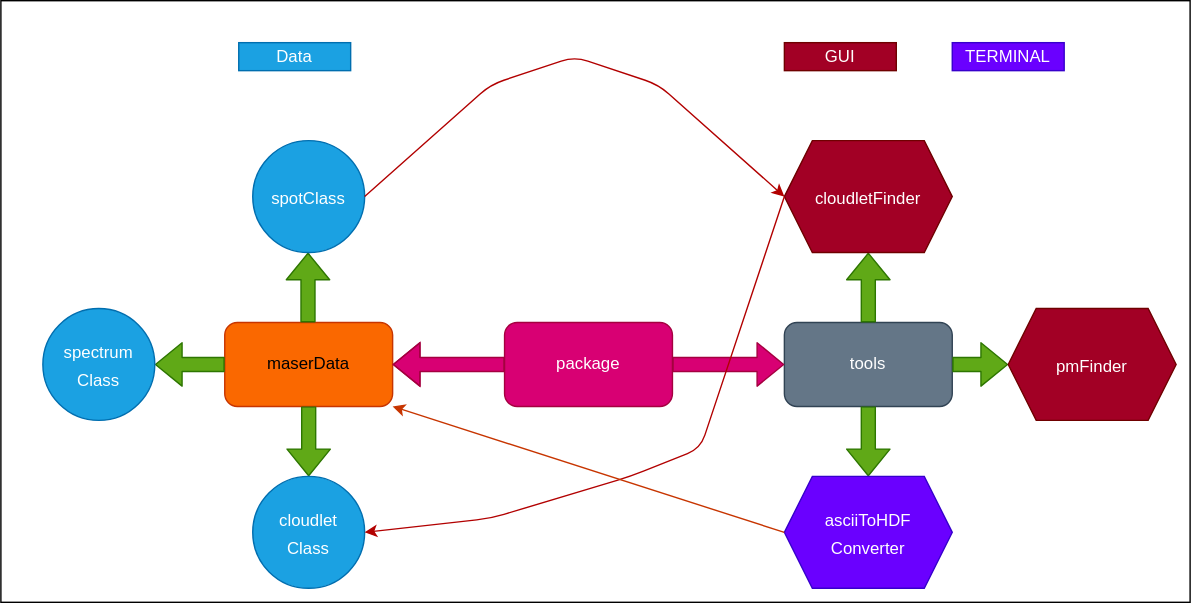
Above: diagram.svg in dachshund-ncu/maserVlbi (draw.io), before the change. Source tidied: cells renumbered, new cells last; positions are measured from the earlier drawing's top-left corner, leaving out a move shared by most shapes.
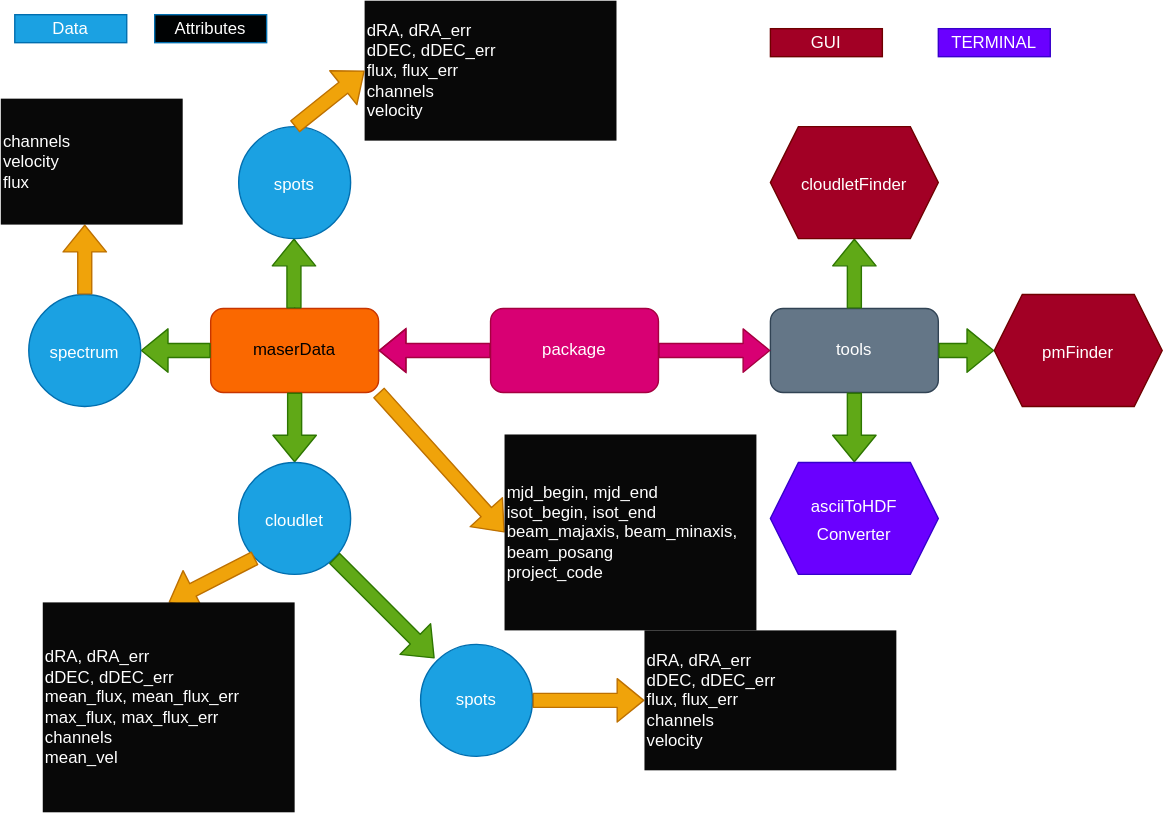
Above is the later version.

What changed in the source:
```diff
@@ -2,9 +2,6 @@
   <root>
     <mxCell id="0" />
     <mxCell id="1" parent="0" />
-    <mxCell id="2" style="rounded=0;whiteSpace=wrap;html=1;gradientColor=none;" parent="1" vertex="1">
-      <mxGeometry width="850" height="430" as="geometry" />
-    </mxCell>
     <mxCell id="3" value="&lt;font style=&quot;font-size: 12px&quot;&gt;package&lt;/font&gt;" style="rounded=1;whiteSpace=wrap;html=1;fillColor=#d80073;fontColor=#ffffff;strokeColor=#A50040;" parent="1" vertex="1">
       <mxGeometry x="360" y="230" width="120" height="60" as="geometry" />
     </mxCell>
@@ -36,7 +33,7 @@
     <mxCell id="10" style="shape=flexArrow;endArrow=classic;html=1;fontSize=16;exitX=1;exitY=0.5;exitDx=0;exitDy=0;entryX=0;entryY=0.5;entryDx=0;entryDy=0;fillColor=#d80073;strokeColor=#A50040;" parent="1" edge="1" source="3" target="7">
       <mxGeometry relative="1" as="geometry" />
     </mxCell>
-    <mxCell id="11" value="&lt;font style=&quot;font-size: 12px&quot;&gt;spotClass&lt;/font&gt;" style="ellipse;whiteSpace=wrap;html=1;fontSize=16;fillColor=#1ba1e2;fontColor=#ffffff;strokeColor=#006EAF;" parent="1" vertex="1">
+    <mxCell id="11" value="&lt;font style=&quot;font-size: 12px&quot;&gt;spots&lt;/font&gt;" style="ellipse;whiteSpace=wrap;html=1;fontSize=16;fillColor=#1ba1e2;fontColor=#ffffff;strokeColor=#006EAF;" parent="1" vertex="1">
       <mxGeometry x="180" y="100" width="80" height="80" as="geometry" />
     </mxCell>
     <mxCell id="12" style="shape=flexArrow;endArrow=classic;html=1;fontSize=16;exitX=0;exitY=0.5;exitDx=0;exitDy=0;fillColor=#60a917;strokeColor=#2D7600;" parent="1" edge="1" source="6">
@@ -44,13 +41,13 @@
         <mxPoint x="110" y="260" as="targetPoint" />
       </mxGeometry>
     </mxCell>
-    <mxCell id="13" value="&lt;font style=&quot;font-size: 12px&quot;&gt;spectrum&lt;br&gt;Class&lt;/font&gt;" style="ellipse;whiteSpace=wrap;html=1;fontSize=16;fillColor=#1ba1e2;fontColor=#ffffff;strokeColor=#006EAF;" parent="1" vertex="1">
+    <mxCell id="13" value="&lt;span style=&quot;font-size: 12px&quot;&gt;spectrum&lt;/span&gt;" style="ellipse;whiteSpace=wrap;html=1;fontSize=16;fillColor=#1ba1e2;fontColor=#ffffff;strokeColor=#006EAF;" parent="1" vertex="1">
       <mxGeometry x="30" y="220" width="80" height="80" as="geometry" />
     </mxCell>
     <mxCell id="14" style="shape=flexArrow;endArrow=classic;html=1;fontSize=16;exitX=0.5;exitY=1;exitDx=0;exitDy=0;fillColor=#60a917;strokeColor=#2D7600;" parent="1" edge="1" source="6" target="15">
       <mxGeometry relative="1" as="geometry" />
     </mxCell>
-    <mxCell id="15" value="&lt;font style=&quot;font-size: 12px&quot;&gt;cloudlet&lt;br&gt;Class&lt;/font&gt;" style="ellipse;whiteSpace=wrap;html=1;fontSize=16;fillColor=#1ba1e2;fontColor=#ffffff;strokeColor=#006EAF;" parent="1" vertex="1">
+    <mxCell id="15" value="&lt;span style=&quot;font-size: 12px&quot;&gt;cloudlet&lt;/span&gt;" style="ellipse;whiteSpace=wrap;html=1;fontSize=16;fillColor=#1ba1e2;fontColor=#ffffff;strokeColor=#006EAF;" parent="1" vertex="1">
       <mxGeometry x="180" y="340" width="80" height="80" as="geometry" />
     </mxCell>
     <mxCell id="16" style="shape=flexArrow;endArrow=classic;html=1;fontSize=16;exitX=0.5;exitY=0;exitDx=0;exitDy=0;fillColor=#60a917;strokeColor=#2D7600;" parent="1" edge="1" source="7" target="17">
@@ -80,28 +77,50 @@
       <mxGeometry x="680" y="30" width="80" height="20" as="geometry" />
     </mxCell>
     <mxCell id="24" value="Data" style="rounded=0;whiteSpace=wrap;html=1;fillColor=#1ba1e2;fontColor=#ffffff;strokeColor=#006EAF;" parent="1" vertex="1">
-      <mxGeometry x="170" y="30" width="80" height="20" as="geometry" />
+      <mxGeometry x="20" y="20" width="80" height="20" as="geometry" />
     </mxCell>
-    <mxCell id="25" style="endArrow=classic;html=1;fontSize=12;fillColor=#e51400;entryX=0;entryY=0.5;entryDx=0;entryDy=0;exitX=1;exitY=0.5;exitDx=0;exitDy=0;strokeColor=#B20000;" parent="1" edge="1" source="11" target="17">
-      <mxGeometry relative="1" as="geometry">
-        <Array as="points">
-          <mxPoint x="350" y="60" />
-          <mxPoint x="410" y="40" />
-          <mxPoint x="470" y="60" />
-        </Array>
-      </mxGeometry>
-    </mxCell>
-    <mxCell id="26" style="endArrow=classic;html=1;fontSize=12;fillColor=#e51400;exitX=0;exitY=0.5;exitDx=0;exitDy=0;entryX=1;entryY=0.5;entryDx=0;entryDy=0;strokeColor=#B20000;" parent="1" edge="1" source="17" target="15">
-      <mxGeometry relative="1" as="geometry">
-        <Array as="points">
-          <mxPoint x="500" y="320" />
-          <mxPoint x="450" y="340" />
-          <mxPoint x="350" y="370" />
-        </Array>
-      </mxGeometry>
-    </mxCell>
-    <mxCell id="27" style="endArrow=classic;html=1;fontSize=12;fillColor=#fa6800;exitX=0;exitY=0.5;exitDx=0;exitDy=0;entryX=1;entryY=1;entryDx=0;entryDy=0;strokeColor=#C73500;" parent="1" edge="1" source="19" target="6">
-      <mxGeometry relative="1" as="geometry" />
-    </mxCell>
+    <mxCell id="28" style="shape=flexArrow;endArrow=classic;html=1;exitX=1;exitY=1;exitDx=0;exitDy=0;fillColor=#60a917;strokeColor=#2D7600;" parent="1" edge="1" source="15">
+      <mxGeometry relative="1" as="geometry">
+        <mxPoint x="320" y="480" as="targetPoint" />
+      </mxGeometry>
+    </mxCell>
+    <mxCell id="29" value="spots" style="ellipse;whiteSpace=wrap;html=1;fillColor=#1ba1e2;fontColor=#ffffff;strokeColor=#006EAF;" parent="1" vertex="1">
+      <mxGeometry x="310" y="470" width="80" height="80" as="geometry" />
+    </mxCell>
+    <mxCell id="30" style="shape=flexArrow;endArrow=classic;html=1;exitX=0;exitY=1;exitDx=0;exitDy=0;fillColor=#f0a30a;strokeColor=#BD7000;entryX=0.5;entryY=0;entryDx=0;entryDy=0;" parent="1" edge="1" source="15" target="36">
+      <mxGeometry relative="1" as="geometry" />
+    </mxCell>
+    <mxCell id="31" value="&lt;span style=&quot;color: rgb(255 , 255 , 255)&quot;&gt;dRA, dRA_err&lt;/span&gt;&lt;br&gt;&lt;span style=&quot;color: rgb(255 , 255 , 255)&quot;&gt;dDEC, dDEC_err&lt;/span&gt;&lt;br&gt;&lt;span style=&quot;color: rgb(255 , 255 , 255)&quot;&gt;flux, flux_err&lt;/span&gt;&lt;br&gt;&lt;span style=&quot;color: rgb(255 , 255 , 255)&quot;&gt;channels&lt;/span&gt;&lt;br&gt;&lt;span style=&quot;color: rgb(255 , 255 , 255)&quot;&gt;velocity&lt;/span&gt;" style="rounded=0;whiteSpace=wrap;html=1;fillColor=#080808;strokeColor=none;align=left;" parent="1" vertex="1">
+      <mxGeometry x="270" y="10" width="180" height="100" as="geometry" />
+    </mxCell>
+    <mxCell id="32" style="shape=flexArrow;endArrow=classic;html=1;exitX=0.5;exitY=0;exitDx=0;exitDy=0;entryX=0;entryY=0.5;entryDx=0;entryDy=0;fillColor=#f0a30a;strokeColor=#BD7000;" parent="1" edge="1" source="11" target="31">
+      <mxGeometry relative="1" as="geometry" />
+    </mxCell>
+    <mxCell id="33" style="shape=flexArrow;endArrow=classic;html=1;exitX=0.5;exitY=0;exitDx=0;exitDy=0;fillColor=#f0a30a;strokeColor=#BD7000;" parent="1" edge="1" source="13">
+      <mxGeometry relative="1" as="geometry">
+        <mxPoint x="70" y="170" as="targetPoint" />
+      </mxGeometry>
+    </mxCell>
+    <mxCell id="34" value="&lt;span style=&quot;color: rgb(255 , 255 , 255)&quot;&gt;channels&lt;/span&gt;&lt;br&gt;&lt;span style=&quot;color: rgb(255 , 255 , 255)&quot;&gt;velocity&lt;/span&gt;&lt;br&gt;&lt;span style=&quot;color: rgb(255 , 255 , 255)&quot;&gt;flux&lt;/span&gt;" style="rounded=0;whiteSpace=wrap;html=1;fillColor=#080808;strokeColor=none;align=left;" parent="1" vertex="1">
+      <mxGeometry x="10" y="80" width="130" height="90" as="geometry" />
+    </mxCell>
+    <mxCell id="35" value="Attributes" style="rounded=0;whiteSpace=wrap;html=1;fillColor=#000203;fontColor=#ffffff;strokeColor=#006EAF;" parent="1" vertex="1">
+      <mxGeometry x="120" y="20" width="80" height="20" as="geometry" />
+    </mxCell>
+    <mxCell id="36" value="&lt;span style=&quot;color: rgb(255 , 255 , 255)&quot;&gt;dRA, dRA_err&lt;/span&gt;&lt;br&gt;&lt;span style=&quot;color: rgb(255 , 255 , 255)&quot;&gt;dDEC, dDEC_err&lt;/span&gt;&lt;br&gt;&lt;span style=&quot;color: rgb(255 , 255 , 255)&quot;&gt;mean_flux, mean_flux_err&lt;/span&gt;&lt;br&gt;&lt;span style=&quot;color: rgb(255 , 255 , 255)&quot;&gt;max_flux, max_flux_err&lt;/span&gt;&lt;br&gt;&lt;span style=&quot;color: rgb(255 , 255 , 255)&quot;&gt;channels&lt;/span&gt;&lt;br&gt;&lt;span style=&quot;color: rgb(255 , 255 , 255)&quot;&gt;mean_vel&lt;/span&gt;" style="rounded=0;whiteSpace=wrap;html=1;fillColor=#080808;strokeColor=none;align=left;" parent="1" vertex="1">
+      <mxGeometry x="40" y="440" width="180" height="150" as="geometry" />
+    </mxCell>
+    <mxCell id="37" style="shape=flexArrow;endArrow=classic;html=1;fontSize=12;exitX=1;exitY=1;exitDx=0;exitDy=0;fillColor=#f0a30a;strokeColor=#BD7000;entryX=0;entryY=0.5;entryDx=0;entryDy=0;" parent="1" edge="1" source="6" target="38">
+      <mxGeometry relative="1" as="geometry" />
+    </mxCell>
+    <mxCell id="38" value="&lt;span style=&quot;color: rgb(255 , 255 , 255)&quot;&gt;mjd_begin, mjd_end&lt;/span&gt;&lt;br&gt;&lt;span style=&quot;color: rgb(255 , 255 , 255)&quot;&gt;isot_begin, isot_end&lt;/span&gt;&lt;br&gt;&lt;span style=&quot;color: rgb(255 , 255 , 255)&quot;&gt;beam_majaxis, beam_minaxis, beam_posang&lt;/span&gt;&lt;br&gt;&lt;span style=&quot;color: rgb(255 , 255 , 255)&quot;&gt;project_code&lt;/span&gt;" style="rounded=0;whiteSpace=wrap;html=1;fillColor=#080808;strokeColor=none;align=left;" parent="1" vertex="1">
+      <mxGeometry x="370" y="320" width="180" height="140" as="geometry" />
+    </mxCell>
+    <mxCell id="39" style="shape=flexArrow;endArrow=classic;html=1;fontSize=12;exitX=1;exitY=0.5;exitDx=0;exitDy=0;fillColor=#f0a30a;strokeColor=#BD7000;entryX=0;entryY=0.5;entryDx=0;entryDy=0;" parent="1" edge="1" source="29" target="40">
+      <mxGeometry relative="1" as="geometry" />
+    </mxCell>
+    <mxCell id="40" value="&lt;span style=&quot;color: rgb(255 , 255 , 255)&quot;&gt;dRA, dRA_err&lt;/span&gt;&lt;br&gt;&lt;span style=&quot;color: rgb(255 , 255 , 255)&quot;&gt;dDEC, dDEC_err&lt;/span&gt;&lt;br&gt;&lt;span style=&quot;color: rgb(255 , 255 , 255)&quot;&gt;flux, flux_err&lt;/span&gt;&lt;br&gt;&lt;span style=&quot;color: rgb(255 , 255 , 255)&quot;&gt;channels&lt;/span&gt;&lt;br&gt;&lt;span style=&quot;color: rgb(255 , 255 , 255)&quot;&gt;velocity&lt;/span&gt;" style="rounded=0;whiteSpace=wrap;html=1;fillColor=#080808;strokeColor=none;align=left;" parent="1" vertex="1">
+      <mxGeometry x="470" y="460" width="180" height="100" as="geometry" />
+    </mxCell>
   </root>
 </mxGraphModel>
```
